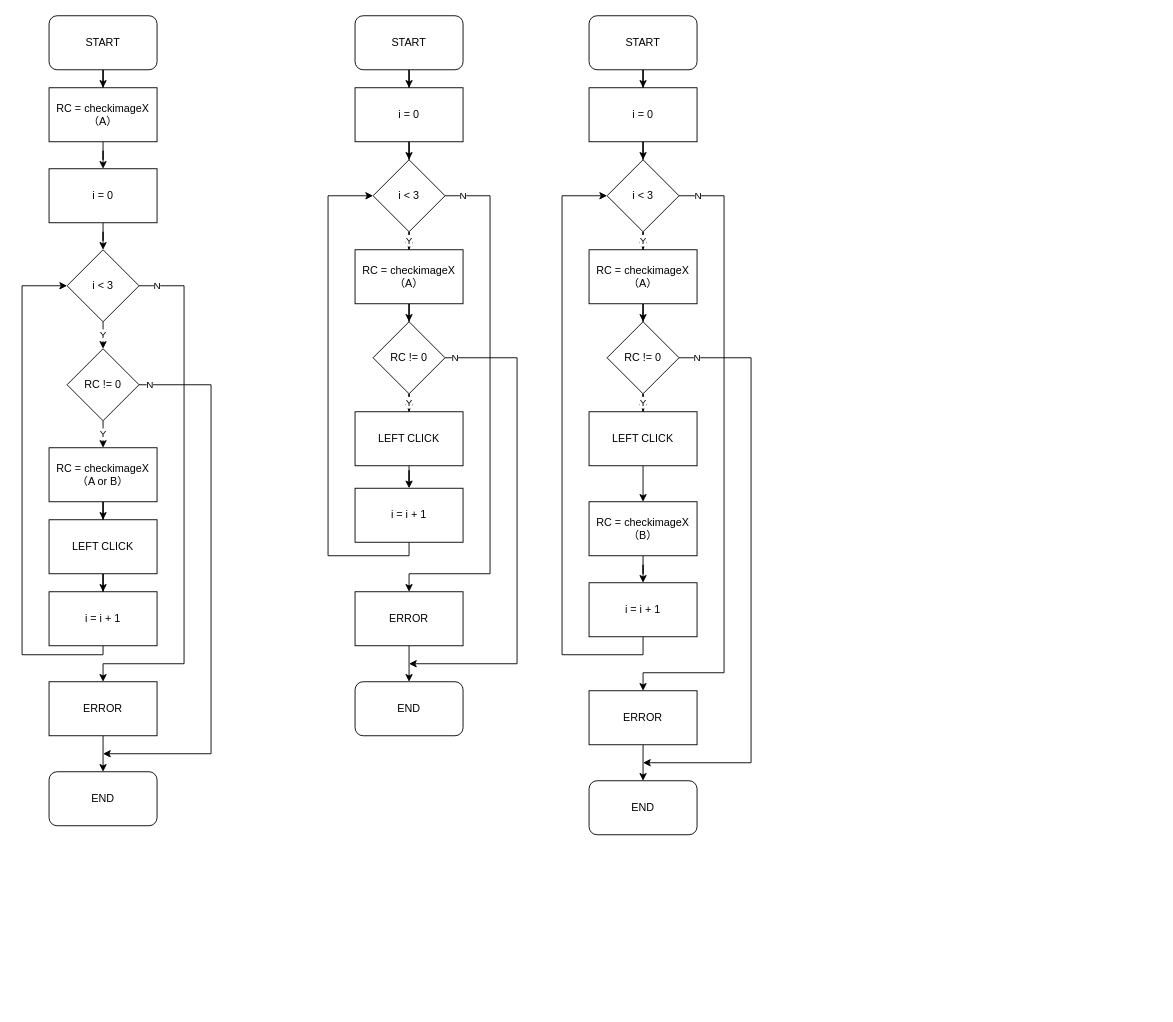
esukatyeri/grablu keeps this draw.io diagram as Frame/AFTER.drawio. Above is the earlier version. Source tidied: cells renumbered, new cells numbered last; positions are measured from the earlier drawing's top-left corner, leaving out a move shared by most shapes. Both pictures are drawn from the tidied source at 90%, with x=0, y=0 at pixel (22, 15).
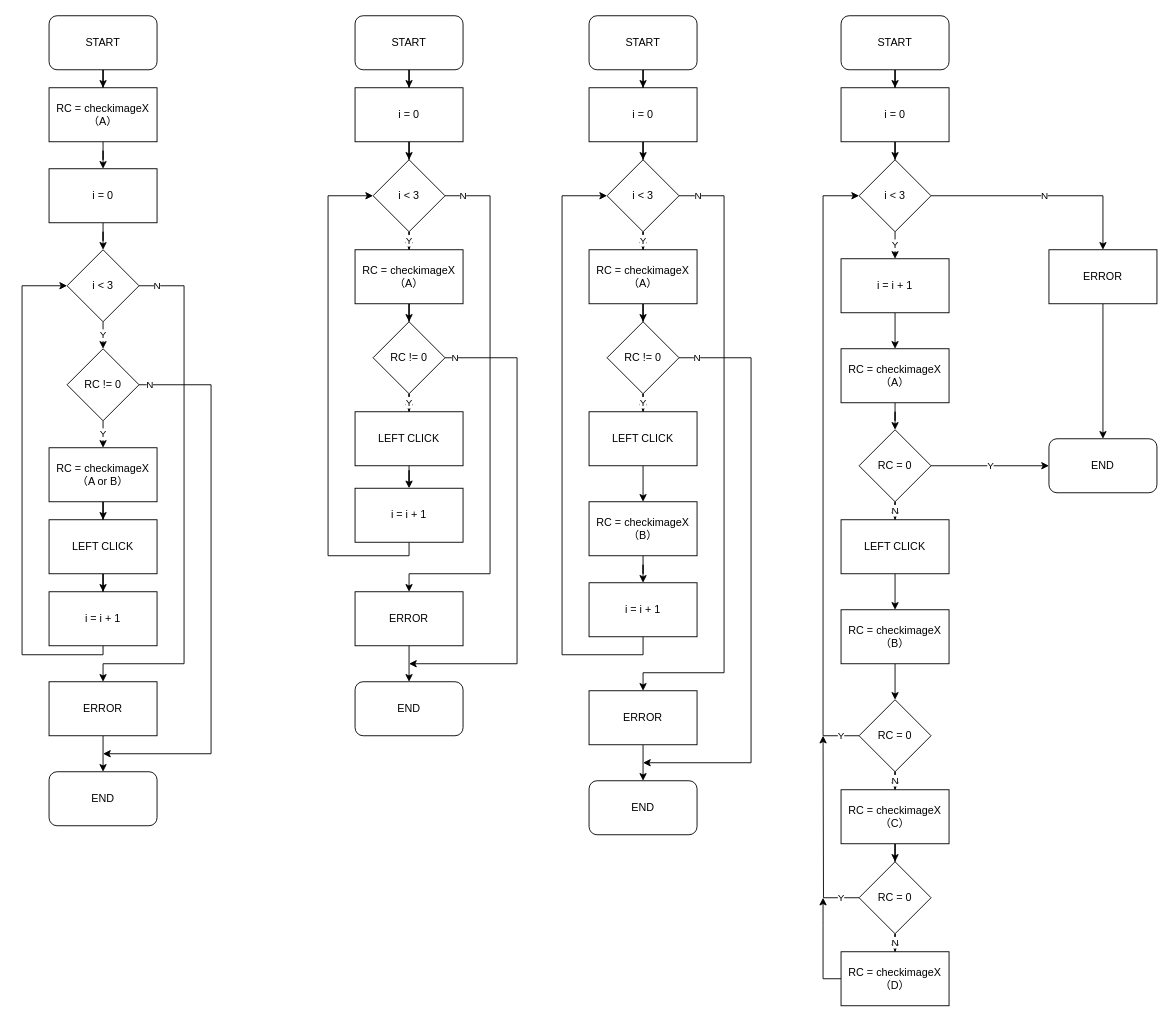
The same page after the edit.

Commit message (it also covers changes not shown here):
After Frame 修正

The edit, as a diff of the source:
```diff
@@
+    <mxCell id="63" style="edgeStyle=orthogonalEdgeStyle;rounded=0;jettySize=auto;html=1;" parent="1" edge="1" source="64" target="69">
+      <mxGeometry relative="1" as="geometry" />
+    </mxCell>
+    <mxCell id="64" value="i = 0" style="rounded=0;whiteSpace=wrap;html=1;" parent="1" vertex="1">
+      <mxGeometry x="910" y="80" width="120" height="60" as="geometry" />
+    </mxCell>
+    <mxCell id="65" style="edgeStyle=orthogonalEdgeStyle;rounded=0;jettySize=auto;html=1;entryX=0.5;entryY=0;entryDx=0;entryDy=0;" parent="1" edge="1" source="66" target="72">
+      <mxGeometry relative="1" as="geometry" />
+    </mxCell>
+    <mxCell id="66" value="&lt;div&gt;RC = checkimageX&lt;/div&gt;&lt;div&gt;（A）&lt;br&gt;&lt;/div&gt;" style="rounded=0;whiteSpace=wrap;html=1;" parent="1" vertex="1">
+      <mxGeometry x="910" y="370" width="120" height="60" as="geometry" />
+    </mxCell>
+    <mxCell id="67" value="Y" style="edgeStyle=orthogonalEdgeStyle;rounded=0;jettySize=auto;html=1;entryX=0.5;entryY=0;entryDx=0;entryDy=0;" parent="1" edge="1" source="69" target="93">
+      <mxGeometry relative="1" as="geometry" />
+    </mxCell>
+    <mxCell id="68" value="N" style="edgeStyle=orthogonalEdgeStyle;rounded=0;jettySize=auto;html=1;" parent="1" edge="1" source="69" target="76">
+      <mxGeometry relative="1" as="geometry" />
+    </mxCell>
+    <mxCell id="69" value="i &amp;lt; 3" style="rhombus;whiteSpace=wrap;html=1;" parent="1" vertex="1">
+      <mxGeometry x="930" y="160" width="80" height="80" as="geometry" />
+    </mxCell>
+    <mxCell id="70" value="Y" style="edgeStyle=orthogonalEdgeStyle;rounded=0;jettySize=auto;html=1;" parent="1" edge="1" source="72" target="77">
+      <mxGeometry relative="1" as="geometry" />
+    </mxCell>
+    <mxCell id="71" value="N" style="edgeStyle=orthogonalEdgeStyle;rounded=0;jettySize=auto;html=1;entryX=0.5;entryY=0;entryDx=0;entryDy=0;" parent="1" edge="1" source="72" target="74">
+      <mxGeometry relative="1" as="geometry" />
+    </mxCell>
+    <mxCell id="72" value="RC = 0" style="rhombus;whiteSpace=wrap;html=1;" parent="1" vertex="1">
+      <mxGeometry x="930" y="460" width="80" height="80" as="geometry" />
+    </mxCell>
+    <mxCell id="73" style="edgeStyle=orthogonalEdgeStyle;rounded=0;jettySize=auto;html=1;entryX=0.5;entryY=0;entryDx=0;entryDy=0;" parent="1" edge="1" source="74" target="81">
+      <mxGeometry relative="1" as="geometry" />
+    </mxCell>
+    <mxCell id="74" value="LEFT CLICK" style="rounded=0;whiteSpace=wrap;html=1;" parent="1" vertex="1">
+      <mxGeometry x="910" y="560" width="120" height="60" as="geometry" />
+    </mxCell>
+    <mxCell id="75" style="edgeStyle=orthogonalEdgeStyle;rounded=0;jettySize=auto;html=1;entryX=0.5;entryY=0;entryDx=0;entryDy=0;" parent="1" edge="1" source="76" target="77">
+      <mxGeometry relative="1" as="geometry" />
+    </mxCell>
+    <mxCell id="76" value="ERROR" style="rounded=0;whiteSpace=wrap;html=1;" parent="1" vertex="1">
+      <mxGeometry x="1141" y="260" width="120" height="60" as="geometry" />
+    </mxCell>
+    <mxCell id="77" value="END" style="rounded=1;whiteSpace=wrap;html=1;" parent="1" vertex="1">
+      <mxGeometry x="1141" y="470" width="120" height="60" as="geometry" />
+    </mxCell>
+    <mxCell id="78" style="edgeStyle=orthogonalEdgeStyle;rounded=0;jettySize=auto;html=1;entryX=0.5;entryY=0;entryDx=0;entryDy=0;" parent="1" edge="1" source="79" target="64">
+      <mxGeometry relative="1" as="geometry" />
+    </mxCell>
+    <mxCell id="79" value="START" style="rounded=1;whiteSpace=wrap;html=1;" parent="1" vertex="1">
+      <mxGeometry x="910" width="120" height="60" as="geometry" />
+    </mxCell>
+    <mxCell id="80" style="edgeStyle=orthogonalEdgeStyle;rounded=0;jettySize=auto;html=1;entryX=0.5;entryY=0;entryDx=0;entryDy=0;" parent="1" edge="1" source="81" target="84">
+      <mxGeometry relative="1" as="geometry" />
+    </mxCell>
+    <mxCell id="81" value="&lt;div&gt;RC = checkimageX&lt;/div&gt;（B）" style="rounded=0;whiteSpace=wrap;html=1;" parent="1" vertex="1">
+      <mxGeometry x="910" y="660" width="120" height="60" as="geometry" />
+    </mxCell>
+    <mxCell id="82" value="Y" style="edgeStyle=orthogonalEdgeStyle;rounded=0;jettySize=auto;html=1;entryX=0;entryY=0.5;entryDx=0;entryDy=0;" parent="1" edge="1" source="84" target="69">
+      <mxGeometry x="-0.94" relative="1" as="geometry">
+        <Array as="points">
+          <mxPoint x="890" y="800" />
+          <mxPoint x="890" y="200" />
+        </Array>
+      </mxGeometry>
+    </mxCell>
+    <mxCell id="83" value="N" style="edgeStyle=orthogonalEdgeStyle;rounded=0;jettySize=auto;html=1;entryX=0.5;entryY=0;entryDx=0;entryDy=0;" parent="1" edge="1" source="84" target="86">
+      <mxGeometry relative="1" as="geometry" />
+    </mxCell>
+    <mxCell id="84" value="RC = 0" style="rhombus;whiteSpace=wrap;html=1;" parent="1" vertex="1">
+      <mxGeometry x="930" y="760" width="80" height="80" as="geometry" />
+    </mxCell>
+    <mxCell id="85" style="edgeStyle=orthogonalEdgeStyle;rounded=0;jettySize=auto;html=1;entryX=0.5;entryY=0;entryDx=0;entryDy=0;" parent="1" edge="1" source="86" target="89">
+      <mxGeometry relative="1" as="geometry" />
+    </mxCell>
+    <mxCell id="86" value="&lt;div&gt;RC = checkimageX&lt;/div&gt;（C）" style="rounded=0;whiteSpace=wrap;html=1;" parent="1" vertex="1">
+      <mxGeometry x="910" y="860" width="120" height="60" as="geometry" />
+    </mxCell>
+    <mxCell id="87" value="N" style="edgeStyle=orthogonalEdgeStyle;rounded=0;jettySize=auto;html=1;entryX=0.5;entryY=0;entryDx=0;entryDy=0;" parent="1" edge="1" source="89" target="91">
+      <mxGeometry relative="1" as="geometry" />
+    </mxCell>
+    <mxCell id="88" value="Y" style="edgeStyle=orthogonalEdgeStyle;rounded=0;jettySize=auto;html=1;" parent="1" edge="1" source="89">
+      <mxGeometry x="-0.82" relative="1" as="geometry">
+        <mxPoint x="890" y="800" as="targetPoint" />
+      </mxGeometry>
+    </mxCell>
+    <mxCell id="89" value="RC = 0" style="rhombus;whiteSpace=wrap;html=1;" parent="1" vertex="1">
+      <mxGeometry x="930" y="940" width="80" height="80" as="geometry" />
+    </mxCell>
+    <mxCell id="90" style="edgeStyle=orthogonalEdgeStyle;rounded=0;jettySize=auto;html=1;" parent="1" edge="1" source="91">
+      <mxGeometry relative="1" as="geometry">
+        <mxPoint x="890" y="980" as="targetPoint" />
+      </mxGeometry>
+    </mxCell>
+    <mxCell id="91" value="&lt;div&gt;RC = checkimageX&lt;/div&gt;（D）" style="rounded=0;whiteSpace=wrap;html=1;" parent="1" vertex="1">
+      <mxGeometry x="910" y="1040" width="120" height="60" as="geometry" />
+    </mxCell>
+    <mxCell id="92" style="edgeStyle=orthogonalEdgeStyle;rounded=0;jettySize=auto;html=1;entryX=0.5;entryY=0;entryDx=0;entryDy=0;" parent="1" edge="1" source="93" target="66">
+      <mxGeometry relative="1" as="geometry" />
+    </mxCell>
+    <mxCell id="93" value="i = i + 1" style="rounded=0;whiteSpace=wrap;html=1;" parent="1" vertex="1">
+      <mxGeometry x="910" y="270" width="120" height="60" as="geometry" />
+    </mxCell>
```
